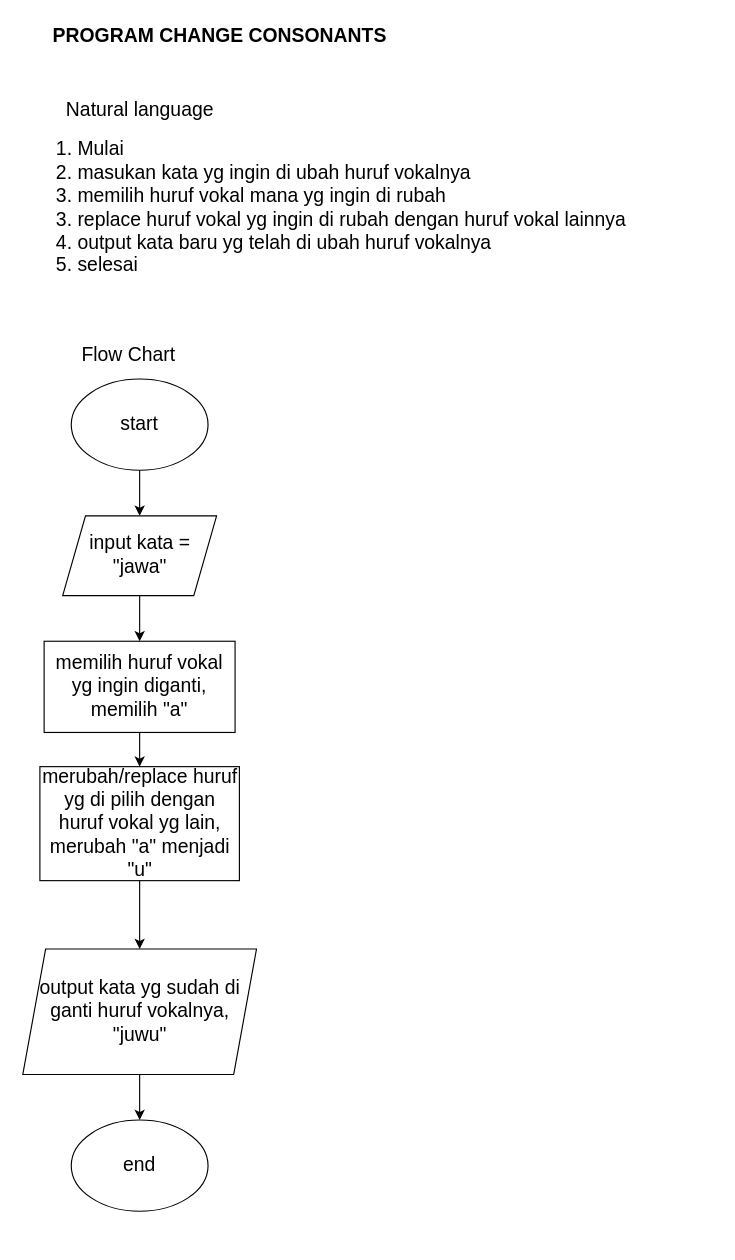
Before: page "Change consonants" (2 of 2) of Tugas Week 2.drawio in ardazh/fw15-javascript1, a draw.io diagram. Source tidied: cells renumbered, new cells numbered last; positions are measured from the earlier drawing's top-left corner, leaving out a move shared by most shapes. Both pictures are drawn from the tidied source at 114%, with x=0, y=0 at pixel (22, 19).
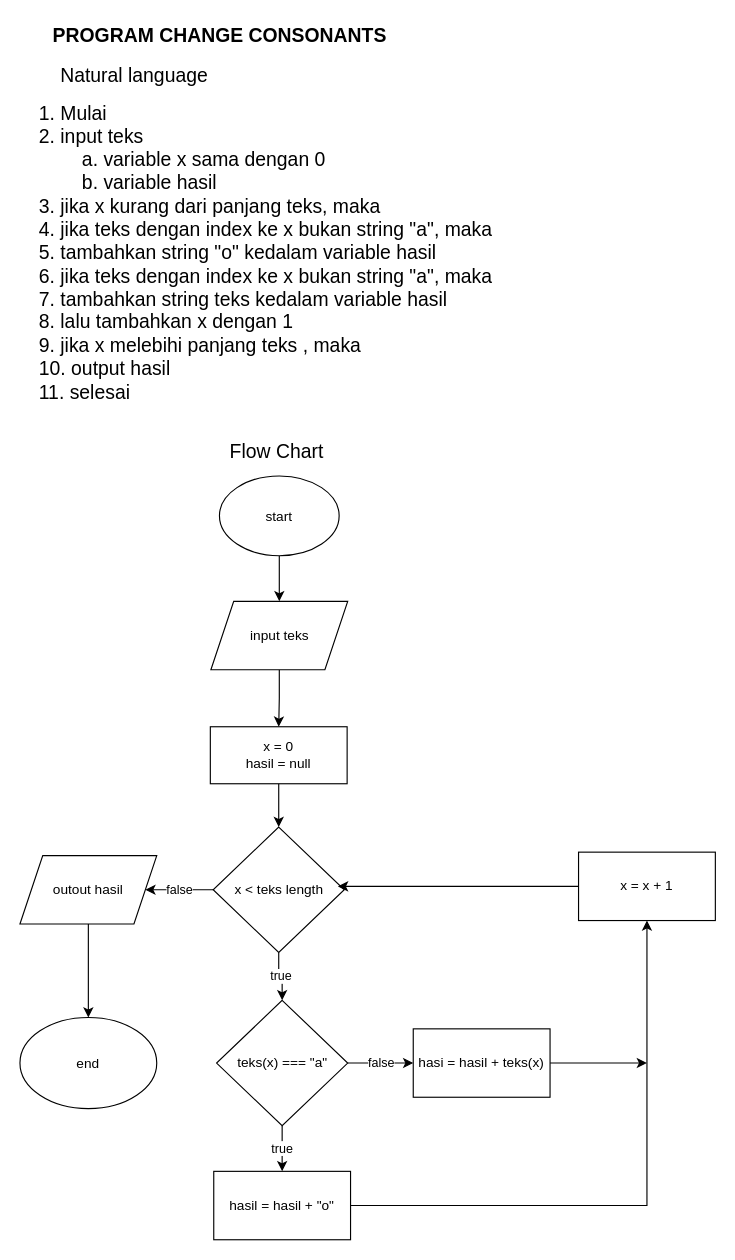
The same page after the edit.

Change to the diagram source:
```diff
@@
     <mxCell id="3" value="Natural language" style="text;html=1;align=center;verticalAlign=middle;strokeColor=none;fillColor=none;fontSize=17;" parent="1" vertex="1">
-      <mxGeometry x="28" y="65" width="150" height="30" as="geometry" />
+      <mxGeometry x="23" y="35" width="150" height="30" as="geometry" />
     </mxCell>
-    <mxCell id="4" value="1. Mulai&lt;br&gt;2. masukan kata yg ingin di ubah huruf vokalnya&lt;br&gt;3. memilih huruf vokal mana yg ingin di rubah&lt;br&gt;3. replace huruf vokal yg ingin di rubah dengan huruf vokal lainnya&lt;br&gt;4. output kata baru yg telah di ubah huruf vokalnya&lt;br&gt;5. selesai" style="text;html=1;align=left;verticalAlign=middle;strokeColor=none;fillColor=none;fontSize=17;" parent="1" vertex="1">
-      <mxGeometry x="28" y="95" width="520" height="140" as="geometry" />
+    <mxCell id="4" value="1. Mulai&lt;br&gt;2. input teks&lt;br&gt;&lt;span style=&quot;white-space: pre;&quot;&gt;&#9;&lt;/span&gt;a. variable x sama dengan 0&lt;br&gt;&lt;span style=&quot;white-space: pre;&quot;&gt;&#9;&lt;/span&gt;b. variable hasil&lt;br&gt;3. jika x kurang dari panjang teks, maka&lt;br&gt;4. jika teks dengan index ke x bukan string &quot;a&quot;, maka&lt;br&gt;5. tambahkan string &quot;o&quot; kedalam variable hasil&lt;br&gt;6. jika teks dengan index ke x bukan string &quot;a&quot;, maka&lt;br&gt;7. tambahkan string teks kedalam variable hasil&lt;br&gt;8. lalu tambahkan x dengan 1&lt;br&gt;9. jika x melebihi panjang teks , maka&lt;br&gt;10. output hasil&lt;br&gt;11. selesai" style="text;html=1;align=left;verticalAlign=middle;strokeColor=none;fillColor=none;fontSize=17;" parent="1" vertex="1">
+      <mxGeometry x="13" y="65" width="420" height="280" as="geometry" />
     </mxCell>
     <mxCell id="5" value="Flow Chart" style="text;html=1;align=center;verticalAlign=middle;strokeColor=none;fillColor=none;fontSize=17;" parent="1" vertex="1">
-      <mxGeometry x="38" y="280" width="110" height="30" as="geometry" />
+      <mxGeometry x="168" y="365" width="110" height="30" as="geometry" />
     </mxCell>
-    <mxCell id="6" style="edgeStyle=orthogonalEdgeStyle;rounded=0;jettySize=auto;html=1;fontSize=17;" parent="1" edge="1" source="7" target="9">
-      <mxGeometry relative="1" as="geometry" />
-    </mxCell>
+    <mxCell id="17" style="edgeStyle=orthogonalEdgeStyle;rounded=0;jettySize=auto;html=1;" parent="1" edge="1" source="7" target="19">
+      <mxGeometry relative="1" as="geometry" />
+    </mxCell>
-    <mxCell id="7" value="start" style="ellipse;whiteSpace=wrap;html=1;fontSize=17;" parent="1" vertex="1">
-      <mxGeometry x="43" y="315" width="120" height="80" as="geometry" />
+    <mxCell id="7" value="&lt;font style=&quot;font-size: 12px;&quot;&gt;start&lt;/font&gt;" style="ellipse;whiteSpace=wrap;html=1;fontSize=17;" parent="1" vertex="1">
+      <mxGeometry x="173" y="400" width="105" height="70" as="geometry" />
     </mxCell>
-    <mxCell id="8" style="edgeStyle=orthogonalEdgeStyle;rounded=0;jettySize=auto;html=1;fontSize=17;" parent="1" edge="1" source="9" target="11">
-      <mxGeometry relative="1" as="geometry" />
+    <mxCell id="8" style="edgeStyle=orthogonalEdgeStyle;rounded=0;orthogonalLoop=1;jettySize=auto;html=1;fontSize=17;" parent="1" edge="1">
+      <mxGeometry relative="1" as="geometry">
+        <mxPoint x="103.1" y="545" as="targetPoint" />
+      </mxGeometry>
     </mxCell>
-    <mxCell id="9" value="input kata = &quot;jawa&quot;" style="shape=parallelogram;perimeter=parallelogramPerimeter;whiteSpace=wrap;html=1;fixedSize=1;fontSize=17;" parent="1" vertex="1">
-      <mxGeometry x="35.5" y="435" width="135" height="70" as="geometry" />
-    </mxCell>
-    <mxCell id="10" style="edgeStyle=orthogonalEdgeStyle;rounded=0;jettySize=auto;html=1;fontSize=17;" parent="1" edge="1" source="11" target="13">
-      <mxGeometry relative="1" as="geometry" />
+    <mxCell id="10" style="edgeStyle=orthogonalEdgeStyle;rounded=0;orthogonalLoop=1;jettySize=auto;html=1;fontSize=17;" parent="1" edge="1">
+      <mxGeometry relative="1" as="geometry">
+        <mxPoint x="103" y="655" as="targetPoint" />
+      </mxGeometry>
     </mxCell>
-    <mxCell id="11" value="memilih huruf vokal yg ingin diganti, memilih &quot;a&quot;" style="rounded=0;whiteSpace=wrap;html=1;fontSize=17;" parent="1" vertex="1">
-      <mxGeometry x="19.2" y="545" width="167.5" height="80" as="geometry" />
-    </mxCell>
-    <mxCell id="12" style="edgeStyle=orthogonalEdgeStyle;rounded=0;jettySize=auto;html=1;fontSize=17;" parent="1" edge="1" source="13" target="16">
-      <mxGeometry relative="1" as="geometry" />
+    <mxCell id="12" style="edgeStyle=orthogonalEdgeStyle;rounded=0;orthogonalLoop=1;jettySize=auto;html=1;fontSize=17;" parent="1" edge="1">
+      <mxGeometry relative="1" as="geometry">
+        <mxPoint x="103" y="815" as="targetPoint" />
+      </mxGeometry>
     </mxCell>
-    <mxCell id="13" value="merubah/replace huruf yg di pilih dengan huruf vokal yg lain, merubah &quot;a&quot; menjadi &quot;u&quot;" style="rounded=0;whiteSpace=wrap;html=1;fontSize=17;" parent="1" vertex="1">
-      <mxGeometry x="15.5" y="655" width="175" height="100" as="geometry" />
-    </mxCell>
-    <mxCell id="14" value="end" style="ellipse;whiteSpace=wrap;html=1;fontSize=17;" parent="1" vertex="1">
-      <mxGeometry x="43" y="965" width="120" height="80" as="geometry" />
+    <mxCell id="14" value="&lt;font style=&quot;font-size: 12px;&quot;&gt;end&lt;/font&gt;" style="ellipse;whiteSpace=wrap;html=1;fontSize=17;" parent="1" vertex="1">
+      <mxGeometry x="-2" y="875" width="120" height="80" as="geometry" />
     </mxCell>
-    <mxCell id="15" style="edgeStyle=orthogonalEdgeStyle;rounded=0;jettySize=auto;html=1;fontSize=17;" parent="1" edge="1" source="16" target="14">
-      <mxGeometry relative="1" as="geometry" />
-    </mxCell>
-    <mxCell id="16" value="output kata yg sudah di ganti huruf vokalnya, &quot;juwu&quot;" style="shape=parallelogram;perimeter=parallelogramPerimeter;whiteSpace=wrap;html=1;fixedSize=1;fontSize=17;" parent="1" vertex="1">
-      <mxGeometry x="0.5" y="815" width="205" height="110" as="geometry" />
-    </mxCell>
+    <mxCell id="18" style="edgeStyle=orthogonalEdgeStyle;rounded=0;jettySize=auto;html=1;" parent="1" edge="1" source="19" target="21">
+      <mxGeometry relative="1" as="geometry" />
+    </mxCell>
+    <mxCell id="19" value="input teks" style="shape=parallelogram;perimeter=parallelogramPerimeter;whiteSpace=wrap;html=1;fixedSize=1;" parent="1" vertex="1">
+      <mxGeometry x="165.5" y="510" width="120" height="60" as="geometry" />
+    </mxCell>
+    <mxCell id="20" style="edgeStyle=orthogonalEdgeStyle;rounded=0;jettySize=auto;html=1;" parent="1" edge="1" source="21" target="24">
+      <mxGeometry relative="1" as="geometry" />
+    </mxCell>
+    <mxCell id="21" value="x = 0&lt;br&gt;hasil = null" style="rounded=0;whiteSpace=wrap;html=1;" parent="1" vertex="1">
+      <mxGeometry x="165" y="620" width="120" height="50" as="geometry" />
+    </mxCell>
+    <mxCell id="22" value="true" style="edgeStyle=orthogonalEdgeStyle;rounded=0;jettySize=auto;html=1;" parent="1" edge="1" source="24" target="27">
+      <mxGeometry relative="1" as="geometry" />
+    </mxCell>
+    <mxCell id="23" value="false" style="edgeStyle=orthogonalEdgeStyle;rounded=0;jettySize=auto;html=1;" parent="1" edge="1" source="24" target="35">
+      <mxGeometry relative="1" as="geometry" />
+    </mxCell>
+    <mxCell id="24" value="x &amp;lt; teks length" style="rhombus;whiteSpace=wrap;html=1;" parent="1" vertex="1">
+      <mxGeometry x="167.5" y="708" width="115" height="110" as="geometry" />
+    </mxCell>
+    <mxCell id="25" value="true" style="edgeStyle=orthogonalEdgeStyle;rounded=0;jettySize=auto;html=1;" parent="1" edge="1" source="27" target="29">
+      <mxGeometry relative="1" as="geometry" />
+    </mxCell>
+    <mxCell id="26" value="false" style="edgeStyle=orthogonalEdgeStyle;rounded=0;jettySize=auto;html=1;" parent="1" edge="1" source="27" target="31">
+      <mxGeometry relative="1" as="geometry" />
+    </mxCell>
+    <mxCell id="27" value="teks(x) === &quot;a&quot;" style="rhombus;whiteSpace=wrap;html=1;" parent="1" vertex="1">
+      <mxGeometry x="170.5" y="860" width="115" height="110" as="geometry" />
+    </mxCell>
+    <mxCell id="28" style="edgeStyle=orthogonalEdgeStyle;rounded=0;jettySize=auto;html=1;entryX=0.5;entryY=1;entryDx=0;entryDy=0;" parent="1" edge="1" source="29" target="33">
+      <mxGeometry relative="1" as="geometry" />
+    </mxCell>
+    <mxCell id="29" value="hasil = hasil + &quot;o&quot;" style="rounded=0;whiteSpace=wrap;html=1;" parent="1" vertex="1">
+      <mxGeometry x="168" y="1010" width="120" height="60" as="geometry" />
+    </mxCell>
+    <mxCell id="30" style="edgeStyle=orthogonalEdgeStyle;rounded=0;jettySize=auto;html=1;" parent="1" edge="1" source="31">
+      <mxGeometry relative="1" as="geometry">
+        <mxPoint x="548" y="915" as="targetPoint" />
+      </mxGeometry>
+    </mxCell>
+    <mxCell id="31" value="hasi = hasil + teks(x)" style="rounded=0;whiteSpace=wrap;html=1;" parent="1" vertex="1">
+      <mxGeometry x="343" y="885" width="120" height="60" as="geometry" />
+    </mxCell>
+    <mxCell id="32" style="edgeStyle=orthogonalEdgeStyle;rounded=0;jettySize=auto;html=1;entryX=0.952;entryY=0.473;entryDx=0;entryDy=0;entryPerimeter=0;" parent="1" edge="1" source="33" target="24">
+      <mxGeometry relative="1" as="geometry" />
+    </mxCell>
+    <mxCell id="33" value="x = x + 1" style="rounded=0;whiteSpace=wrap;html=1;" parent="1" vertex="1">
+      <mxGeometry x="488" y="730" width="120" height="60" as="geometry" />
+    </mxCell>
+    <mxCell id="34" style="edgeStyle=orthogonalEdgeStyle;rounded=0;jettySize=auto;html=1;" parent="1" edge="1" source="35" target="14">
+      <mxGeometry relative="1" as="geometry" />
+    </mxCell>
+    <mxCell id="35" value="outout hasil" style="shape=parallelogram;perimeter=parallelogramPerimeter;whiteSpace=wrap;html=1;fixedSize=1;" parent="1" vertex="1">
+      <mxGeometry x="-2" y="733" width="120" height="60" as="geometry" />
+    </mxCell>
```
